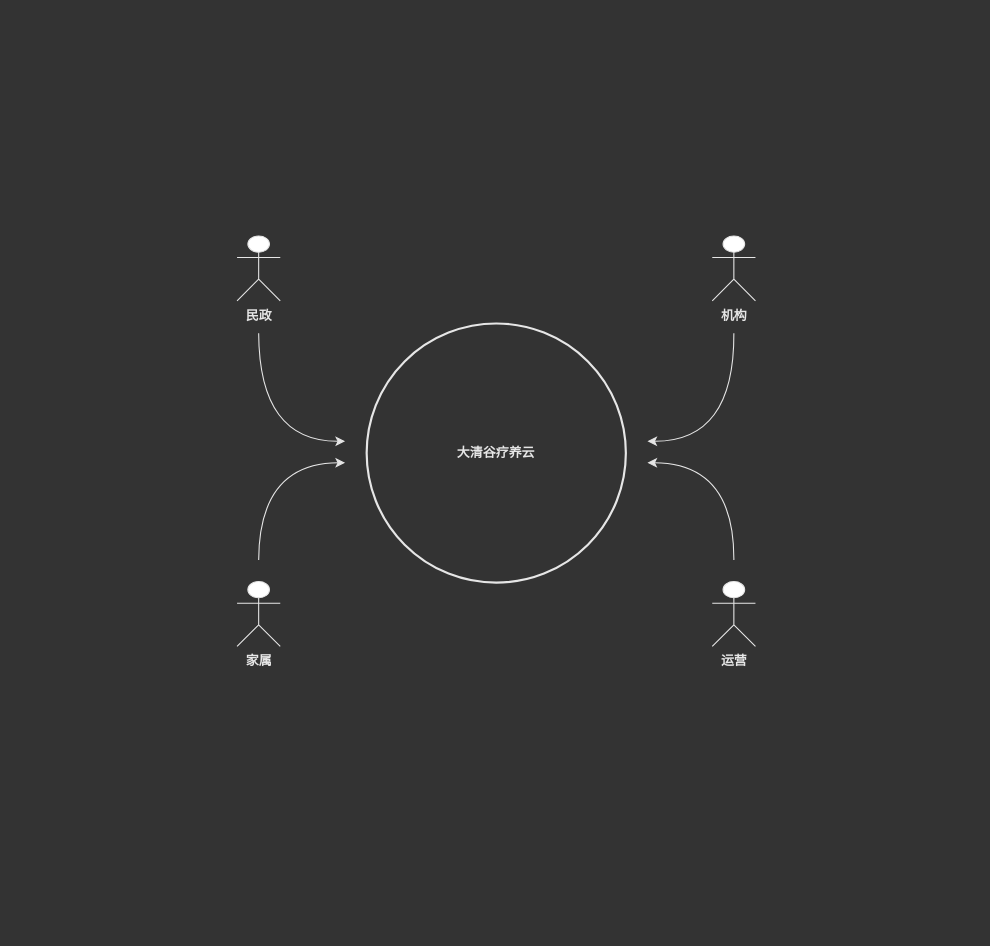
Above: page "intermediate_level" (2 of 3) of src/work/wyjz/daqinggu/recuperation_overview.drawio in ab-doc/draw.io (draw.io), before the change. Source tidied: cells renumbered, new cells numbered last; positions are measured from the earlier drawing's top-left corner, leaving out a move shared by most shapes. Both pictures are drawn from the tidied source at 108%, with x=0, y=0 at pixel (237, 235).
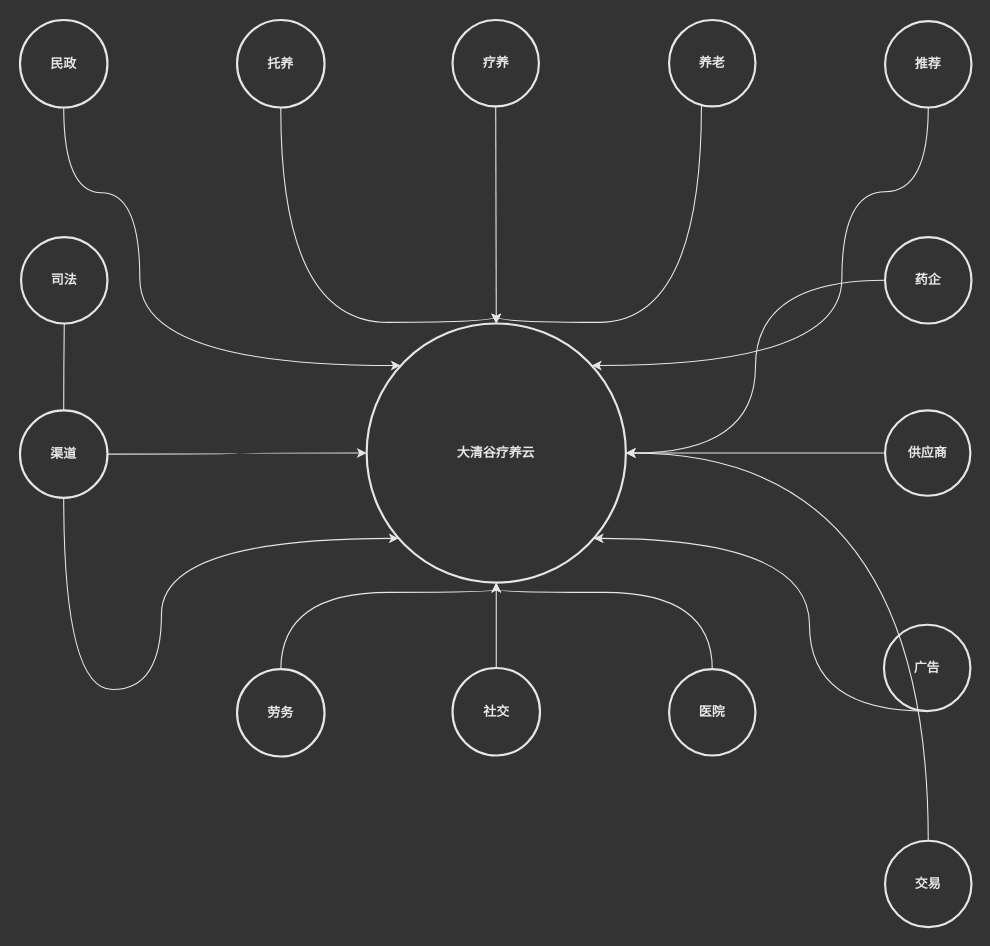
The same page after the edit.

What changed in the source:
```diff
@@
-    <mxCell id="2" value="机构" style="shape=umlActor;verticalLabelPosition=bottom;verticalAlign=top;html=1;fillColor=#FFFFFF;strokeColor=#E6E6E6;fontColor=#E6E6E6;fontStyle=1;" parent="1" vertex="1">
-      <mxGeometry x="440" width="40" height="60" as="geometry" />
-    </mxCell>
-    <mxCell id="3" value="家属" style="shape=umlActor;verticalLabelPosition=bottom;verticalAlign=top;html=1;strokeColor=#E6E6E6;fontColor=#E6E6E6;fontStyle=1;" parent="1" vertex="1">
-      <mxGeometry y="320" width="40" height="60" as="geometry" />
-    </mxCell>
+    <mxCell id="11" style="edgeStyle=orthogonalEdgeStyle;rounded=0;jettySize=auto;html=1;strokeColor=#E6E6E6;startArrow=classic;startFill=1;endArrow=none;endFill=0;curved=1;" parent="1" edge="1" source="10" target="4">
+      <mxGeometry relative="1" as="geometry">
+        <Array as="points">
+          <mxPoint x="-90" y="120" />
+          <mxPoint x="-90" y="-40" />
+        </Array>
+      </mxGeometry>
+    </mxCell>
+    <mxCell id="12" style="edgeStyle=orthogonalEdgeStyle;curved=1;rounded=0;jettySize=auto;html=1;startArrow=classic;startFill=1;endArrow=none;endFill=0;strokeColor=#E6E6E6;" parent="1" edge="1" source="10" target="25">
+      <mxGeometry relative="1" as="geometry" />
+    </mxCell>
+    <mxCell id="13" style="edgeStyle=orthogonalEdgeStyle;curved=1;rounded=0;jettySize=auto;html=1;startArrow=classic;startFill=1;endArrow=none;endFill=0;strokeColor=#E6E6E6;" parent="1" edge="1" source="10" target="26">
+      <mxGeometry relative="1" as="geometry">
+        <Array as="points">
+          <mxPoint x="240" y="80" />
+          <mxPoint x="430" y="80" />
+        </Array>
+      </mxGeometry>
+    </mxCell>
+    <mxCell id="14" style="edgeStyle=orthogonalEdgeStyle;curved=1;rounded=0;jettySize=auto;html=1;startArrow=classic;startFill=1;endArrow=none;endFill=0;strokeColor=#E6E6E6;" parent="1" edge="1" source="10" target="27">
+      <mxGeometry relative="1" as="geometry" />
+    </mxCell>
+    <mxCell id="15" style="edgeStyle=orthogonalEdgeStyle;curved=1;rounded=0;jettySize=auto;html=1;startArrow=classic;startFill=1;endArrow=none;endFill=0;strokeColor=#E6E6E6;" parent="1" edge="1" source="10" target="28">
+      <mxGeometry relative="1" as="geometry" />
+    </mxCell>
+    <mxCell id="16" style="edgeStyle=orthogonalEdgeStyle;curved=1;rounded=0;jettySize=auto;html=1;startArrow=none;startFill=1;endArrow=none;endFill=0;strokeColor=#E6E6E6;" parent="1" edge="1" source="37" target="29">
+      <mxGeometry relative="1" as="geometry" />
+    </mxCell>
+    <mxCell id="17" style="edgeStyle=orthogonalEdgeStyle;curved=1;rounded=0;jettySize=auto;html=1;startArrow=classic;startFill=1;endArrow=none;endFill=0;strokeColor=#E6E6E6;" parent="1" edge="1" source="10" target="30">
+      <mxGeometry relative="1" as="geometry">
+        <Array as="points">
+          <mxPoint x="530" y="280" />
+          <mxPoint x="530" y="440" />
+        </Array>
+      </mxGeometry>
+    </mxCell>
+    <mxCell id="18" style="edgeStyle=orthogonalEdgeStyle;curved=1;rounded=0;jettySize=auto;html=1;startArrow=classic;startFill=1;endArrow=none;endFill=0;strokeColor=#E6E6E6;" parent="1" edge="1" source="10" target="31">
+      <mxGeometry relative="1" as="geometry">
+        <Array as="points">
+          <mxPoint x="240" y="330" />
+          <mxPoint x="440" y="330" />
+        </Array>
+      </mxGeometry>
+    </mxCell>
+    <mxCell id="19" style="edgeStyle=orthogonalEdgeStyle;curved=1;rounded=0;jettySize=auto;html=1;startArrow=classic;startFill=1;endArrow=none;endFill=0;strokeColor=#E6E6E6;" parent="1" edge="1" source="10" target="37">
+      <mxGeometry relative="1" as="geometry" />
+    </mxCell>
+    <mxCell id="20" style="edgeStyle=orthogonalEdgeStyle;curved=1;rounded=0;jettySize=auto;html=1;startArrow=classic;startFill=1;endArrow=none;endFill=0;strokeColor=#E6E6E6;" parent="1" edge="1" source="10" target="32">
+      <mxGeometry relative="1" as="geometry" />
+    </mxCell>
+    <mxCell id="21" style="edgeStyle=orthogonalEdgeStyle;curved=1;rounded=0;jettySize=auto;html=1;startArrow=classic;startFill=1;endArrow=none;endFill=0;strokeColor=#E6E6E6;" parent="1" edge="1" source="10" target="33">
+      <mxGeometry relative="1" as="geometry">
+        <Array as="points">
+          <mxPoint x="240" y="330" />
+          <mxPoint x="41" y="330" />
+        </Array>
+      </mxGeometry>
+    </mxCell>
+    <mxCell id="22" style="edgeStyle=orthogonalEdgeStyle;curved=1;rounded=0;jettySize=auto;html=1;startArrow=classic;startFill=1;endArrow=none;endFill=0;strokeColor=#E6E6E6;" parent="1" edge="1" source="10" target="34">
+      <mxGeometry relative="1" as="geometry" />
+    </mxCell>
+    <mxCell id="23" style="edgeStyle=orthogonalEdgeStyle;curved=1;rounded=0;jettySize=auto;html=1;startArrow=classic;startFill=1;endArrow=none;endFill=0;strokeColor=#E6E6E6;" parent="1" edge="1" source="10" target="35">
+      <mxGeometry relative="1" as="geometry">
+        <Array as="points">
+          <mxPoint x="240" y="80" />
+          <mxPoint x="40" y="80" />
+        </Array>
+      </mxGeometry>
+    </mxCell>
+    <mxCell id="24" style="edgeStyle=orthogonalEdgeStyle;curved=1;rounded=0;jettySize=auto;html=1;startArrow=classic;startFill=1;endArrow=none;endFill=0;strokeColor=#E6E6E6;" parent="1" edge="1" source="10" target="36">
+      <mxGeometry relative="1" as="geometry">
+        <Array as="points">
+          <mxPoint x="560" y="120" />
+          <mxPoint x="560" y="-41" />
+        </Array>
+      </mxGeometry>
+    </mxCell>
+    <mxCell id="10" value="&lt;font color=&quot;#e6e6e6&quot;&gt;&lt;b&gt;大清谷疗养云&lt;/b&gt;&lt;/font&gt;" style="ellipse;whiteSpace=wrap;html=1;strokeColor=#E6E6E6;strokeWidth=2;fillColor=none;" parent="1" vertex="1">
+      <mxGeometry x="120" y="81" width="240" height="240" as="geometry" />
+    </mxCell>
-    <mxCell id="4" value="民政" style="shape=umlActor;verticalLabelPosition=bottom;verticalAlign=top;html=1;outlineConnect=0;strokeColor=#E6E6E6;fontColor=#E6E6E6;fontStyle=1;" parent="1" vertex="1">
-      <mxGeometry width="40" height="60" as="geometry" />
+    <mxCell id="4" value="&lt;font color=&quot;#e6e6e6&quot;&gt;&lt;b&gt;民政&lt;/b&gt;&lt;/font&gt;" style="ellipse;whiteSpace=wrap;html=1;strokeColor=#E6E6E6;strokeWidth=2;fillColor=none;" parent="1" vertex="1">
+      <mxGeometry x="-201" y="-200" width="81" height="81" as="geometry" />
     </mxCell>
-    <mxCell id="5" style="edgeStyle=orthogonalEdgeStyle;rounded=0;orthogonalLoop=1;jettySize=auto;html=1;startArrow=classic;startFill=1;endArrow=none;endFill=0;curved=1;strokeColor=#E6E6E6;" parent="1" edge="1">
-      <mxGeometry relative="1" as="geometry">
-        <mxPoint x="100" y="190" as="sourcePoint" />
-        <mxPoint x="20" y="90" as="targetPoint" />
-      </mxGeometry>
-    </mxCell>
-    <mxCell id="6" style="edgeStyle=orthogonalEdgeStyle;rounded=0;orthogonalLoop=1;jettySize=auto;html=1;startArrow=classic;startFill=1;endArrow=none;endFill=0;curved=1;strokeColor=#E6E6E6;" parent="1" edge="1">
-      <mxGeometry relative="1" as="geometry">
-        <mxPoint x="100" y="210" as="sourcePoint" />
-        <mxPoint x="20" y="300" as="targetPoint" />
-      </mxGeometry>
-    </mxCell>
-    <mxCell id="7" style="edgeStyle=orthogonalEdgeStyle;rounded=0;orthogonalLoop=1;jettySize=auto;html=1;startArrow=classic;startFill=1;endArrow=none;endFill=0;curved=1;strokeColor=#E6E6E6;" parent="1" edge="1">
-      <mxGeometry relative="1" as="geometry">
-        <mxPoint x="380" y="190" as="sourcePoint" />
-        <mxPoint x="460" y="90" as="targetPoint" />
-      </mxGeometry>
-    </mxCell>
-    <mxCell id="8" value="运营" style="shape=umlActor;verticalLabelPosition=bottom;verticalAlign=top;html=1;strokeColor=#E6E6E6;fontColor=#E6E6E6;fontStyle=1;" parent="1" vertex="1">
-      <mxGeometry x="440" y="320" width="40" height="60" as="geometry" />
-    </mxCell>
-    <mxCell id="9" style="edgeStyle=orthogonalEdgeStyle;curved=1;rounded=0;orthogonalLoop=1;jettySize=auto;html=1;startArrow=classic;startFill=1;endArrow=none;endFill=0;strokeColor=#E6E6E6;" parent="1" edge="1">
-      <mxGeometry relative="1" as="geometry">
-        <mxPoint x="380" y="210" as="sourcePoint" />
-        <mxPoint x="460" y="300" as="targetPoint" />
-      </mxGeometry>
-    </mxCell>
-    <mxCell id="10" value="&lt;font color=&quot;#e6e6e6&quot;&gt;&lt;b&gt;大清谷疗养云&lt;/b&gt;&lt;/font&gt;" style="ellipse;whiteSpace=wrap;html=1;strokeColor=#E6E6E6;strokeWidth=2;fillColor=none;" parent="1" vertex="1">
-      <mxGeometry x="120" y="81" width="240" height="240" as="geometry" />
-    </mxCell>
+    <mxCell id="25" value="&lt;font color=&quot;#e6e6e6&quot;&gt;&lt;b&gt;疗养&lt;/b&gt;&lt;/font&gt;" style="ellipse;whiteSpace=wrap;html=1;strokeColor=#E6E6E6;strokeWidth=2;fillColor=none;" parent="1" vertex="1">
+      <mxGeometry x="199.5" y="-200" width="80" height="80" as="geometry" />
+    </mxCell>
+    <mxCell id="26" value="&lt;font color=&quot;#e6e6e6&quot;&gt;&lt;b&gt;养老&lt;/b&gt;&lt;/font&gt;" style="ellipse;whiteSpace=wrap;html=1;strokeColor=#E6E6E6;strokeWidth=2;fillColor=none;" parent="1" vertex="1">
+      <mxGeometry x="400" y="-200" width="80" height="80" as="geometry" />
+    </mxCell>
+    <mxCell id="27" value="&lt;font color=&quot;#e6e6e6&quot;&gt;&lt;b&gt;药企&lt;/b&gt;&lt;/font&gt;" style="ellipse;whiteSpace=wrap;html=1;strokeColor=#E6E6E6;strokeWidth=2;fillColor=none;" parent="1" vertex="1">
+      <mxGeometry x="600" y="1" width="80" height="80" as="geometry" />
+    </mxCell>
+    <mxCell id="28" value="&lt;font color=&quot;#e6e6e6&quot;&gt;&lt;b&gt;供应商&lt;/b&gt;&lt;/font&gt;" style="ellipse;whiteSpace=wrap;html=1;strokeColor=#E6E6E6;strokeWidth=2;fillColor=none;" parent="1" vertex="1">
+      <mxGeometry x="600" y="161.5" width="79" height="79" as="geometry" />
+    </mxCell>
+    <mxCell id="29" value="&lt;font color=&quot;#e6e6e6&quot;&gt;&lt;b&gt;司法&lt;/b&gt;&lt;/font&gt;" style="ellipse;whiteSpace=wrap;html=1;strokeColor=#E6E6E6;strokeWidth=2;fillColor=none;" parent="1" vertex="1">
+      <mxGeometry x="-200" y="1" width="80" height="80" as="geometry" />
+    </mxCell>
+    <mxCell id="30" value="&lt;font color=&quot;#e6e6e6&quot;&gt;&lt;b&gt;广告&lt;/b&gt;&lt;/font&gt;" style="ellipse;whiteSpace=wrap;html=1;strokeColor=#E6E6E6;strokeWidth=2;fillColor=none;" parent="1" vertex="1">
+      <mxGeometry x="599" y="360" width="80" height="80" as="geometry" />
+    </mxCell>
+    <mxCell id="31" value="&lt;font color=&quot;#e6e6e6&quot;&gt;&lt;b&gt;医院&lt;/b&gt;&lt;/font&gt;" style="ellipse;whiteSpace=wrap;html=1;strokeColor=#E6E6E6;strokeWidth=2;fillColor=none;" parent="1" vertex="1">
+      <mxGeometry x="400" y="401" width="80" height="80" as="geometry" />
+    </mxCell>
+    <mxCell id="32" value="&lt;font color=&quot;#e6e6e6&quot;&gt;&lt;b&gt;交易&lt;/b&gt;&lt;/font&gt;" style="ellipse;whiteSpace=wrap;html=1;strokeColor=#E6E6E6;strokeWidth=2;fillColor=none;" parent="1" vertex="1">
+      <mxGeometry x="600" y="560" width="80" height="80" as="geometry" />
+    </mxCell>
+    <mxCell id="33" value="&lt;font color=&quot;#e6e6e6&quot;&gt;&lt;b&gt;劳务&lt;/b&gt;&lt;/font&gt;" style="ellipse;whiteSpace=wrap;html=1;strokeColor=#E6E6E6;strokeWidth=2;fillColor=none;" parent="1" vertex="1">
+      <mxGeometry y="401" width="81" height="81" as="geometry" />
+    </mxCell>
+    <mxCell id="34" value="&lt;font color=&quot;#e6e6e6&quot;&gt;&lt;b&gt;社交&lt;/b&gt;&lt;/font&gt;" style="ellipse;whiteSpace=wrap;html=1;strokeColor=#E6E6E6;strokeWidth=2;fillColor=none;" parent="1" vertex="1">
+      <mxGeometry x="199.5" y="400" width="81" height="81" as="geometry" />
+    </mxCell>
+    <mxCell id="35" value="&lt;font color=&quot;#e6e6e6&quot;&gt;&lt;b&gt;托养&lt;/b&gt;&lt;/font&gt;" style="ellipse;whiteSpace=wrap;html=1;strokeColor=#E6E6E6;strokeWidth=2;fillColor=none;" parent="1" vertex="1">
+      <mxGeometry y="-200" width="81" height="81" as="geometry" />
+    </mxCell>
+    <mxCell id="36" value="&lt;font color=&quot;#e6e6e6&quot;&gt;&lt;b&gt;推荐&lt;/b&gt;&lt;/font&gt;" style="ellipse;whiteSpace=wrap;html=1;strokeColor=#E6E6E6;strokeWidth=2;fillColor=none;" parent="1" vertex="1">
+      <mxGeometry x="600" y="-199" width="80" height="80" as="geometry" />
+    </mxCell>
+    <mxCell id="37" value="&lt;font color=&quot;#e6e6e6&quot;&gt;&lt;b&gt;渠道&lt;/b&gt;&lt;/font&gt;" style="ellipse;whiteSpace=wrap;html=1;strokeColor=#E6E6E6;strokeWidth=2;fillColor=none;" parent="1" vertex="1">
+      <mxGeometry x="-201" y="161.5" width="81" height="81" as="geometry" />
+    </mxCell>
+    <mxCell id="38" style="edgeStyle=orthogonalEdgeStyle;curved=1;rounded=0;jettySize=auto;html=1;startArrow=classic;startFill=1;endArrow=none;endFill=0;strokeColor=#E6E6E6;" parent="1" edge="1" source="10" target="37">
+      <mxGeometry relative="1" as="geometry">
+        <Array as="points">
+          <mxPoint x="-70" y="280" />
+          <mxPoint x="-70" y="420" />
+        </Array>
+      </mxGeometry>
+    </mxCell>
```
